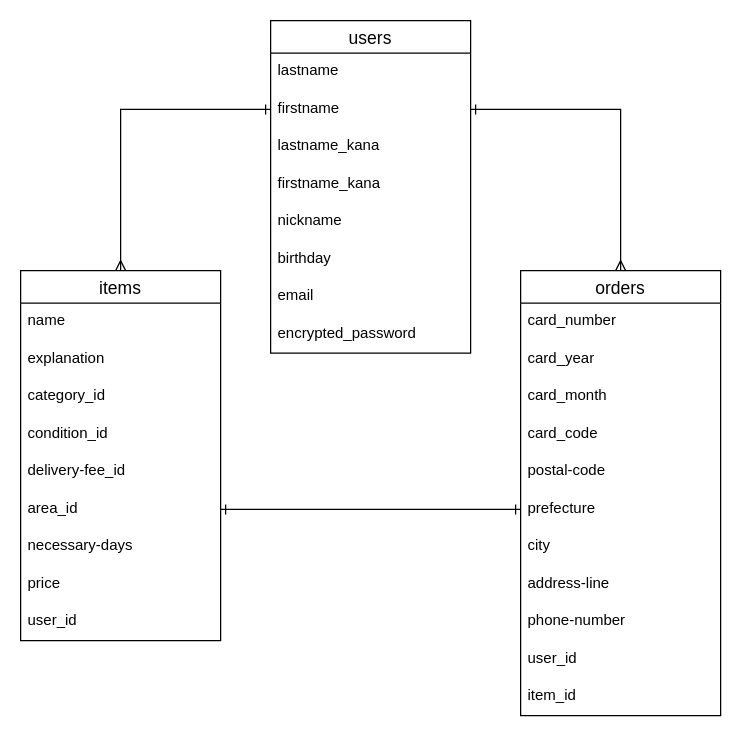
Earlier version of the draw.io diagram ER.dio (masaki511/furima-31545). Source tidied: cells renumbered, new cells numbered last; positions are measured from the earlier drawing's top-left corner, leaving out a move shared by most shapes. Both pictures are drawn from the tidied source at 125%, with x=0, y=0 at pixel (20, 20).
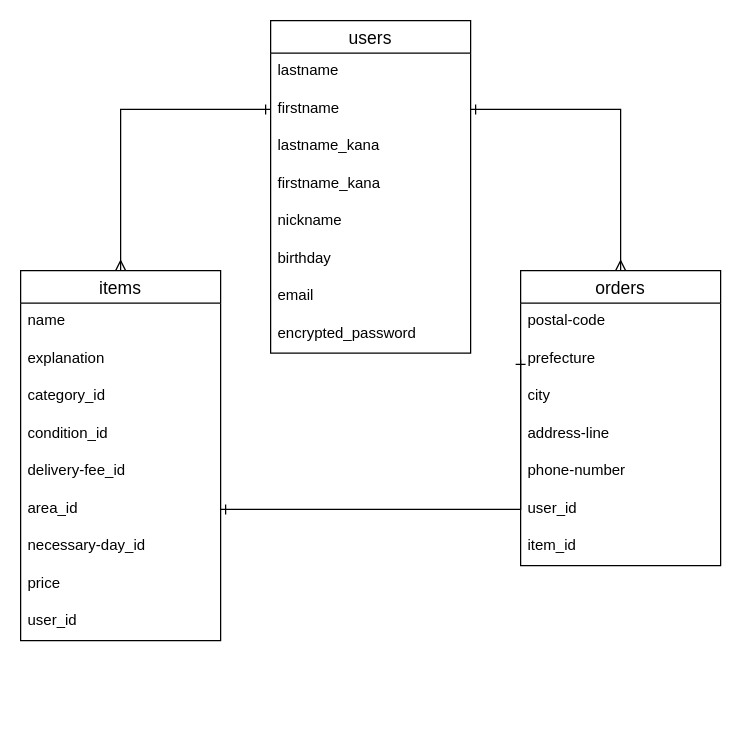
Above is the later version.

Commit message (it also covers changes not shown here):
データベース設計の修正_クレジットカードに関するカラムの削除

The change refers to these unchanged cells:
```xml
<mxCell id="11" value="items" style="swimlane;fontStyle=0;horizontal=1;startSize=26;align=center;fontSize=14;" parent="1" vertex="1">
  <mxGeometry y="200" width="160" height="296" as="geometry" />
</mxCell>
```

Change to the diagram source:
```diff
@@
-    <mxCell id="18" value="necessary-days" style="text;strokeColor=none;fillColor=none;spacingLeft=4;spacingRight=4;overflow=hidden;fontSize=12;" parent="11" vertex="1">
+    <mxCell id="18" value="necessary-day_id" style="text;strokeColor=none;fillColor=none;spacingLeft=4;spacingRight=4;overflow=hidden;fontSize=12;" parent="11" vertex="1">
       <mxGeometry y="206" width="160" height="30" as="geometry" />
     </mxCell>
@@
     <mxCell id="21" value="orders" style="swimlane;fontStyle=0;horizontal=1;startSize=26;align=center;fontSize=14;" parent="1" vertex="1">
-      <mxGeometry x="400" y="200" width="160" height="356" as="geometry" />
+      <mxGeometry x="400" y="200" width="160" height="236" as="geometry" />
     </mxCell>
-    <mxCell id="22" value="card_number" style="text;strokeColor=none;fillColor=none;spacingLeft=4;spacingRight=4;overflow=hidden;fontSize=12;" parent="21" vertex="1">
-      <mxGeometry y="26" width="160" height="30" as="geometry" />
-    </mxCell>
-    <mxCell id="23" value="card_year" style="text;strokeColor=none;fillColor=none;spacingLeft=4;spacingRight=4;overflow=hidden;fontSize=12;" parent="21" vertex="1">
-      <mxGeometry y="56" width="160" height="30" as="geometry" />
-    </mxCell>
-    <mxCell id="24" value="card_month" style="text;strokeColor=none;fillColor=none;spacingLeft=4;spacingRight=4;overflow=hidden;fontSize=12;" parent="21" vertex="1">
-      <mxGeometry y="86" width="160" height="30" as="geometry" />
-    </mxCell>
-    <mxCell id="25" value="card_code" style="text;strokeColor=none;fillColor=none;spacingLeft=4;spacingRight=4;overflow=hidden;fontSize=12;" parent="21" vertex="1">
-      <mxGeometry y="116" width="160" height="30" as="geometry" />
-    </mxCell>
     <mxCell id="26" value="postal-code" style="text;strokeColor=none;fillColor=none;spacingLeft=4;spacingRight=4;overflow=hidden;fontSize=12;" parent="21" vertex="1">
-      <mxGeometry y="146" width="160" height="30" as="geometry" />
+      <mxGeometry y="26" width="160" height="30" as="geometry" />
     </mxCell>
     <mxCell id="27" value="prefecture" style="text;strokeColor=none;fillColor=none;spacingLeft=4;spacingRight=4;overflow=hidden;points=[[0,0.5],[1,0.5]];portConstraint=eastwest;fontSize=12;" parent="21" vertex="1">
-      <mxGeometry y="176" width="160" height="30" as="geometry" />
+      <mxGeometry y="56" width="160" height="30" as="geometry" />
     </mxCell>
     <mxCell id="28" value="city" style="text;strokeColor=none;fillColor=none;spacingLeft=4;spacingRight=4;overflow=hidden;fontSize=12;" parent="21" vertex="1">
-      <mxGeometry y="206" width="160" height="30" as="geometry" />
+      <mxGeometry y="86" width="160" height="30" as="geometry" />
     </mxCell>
     <mxCell id="29" value="address-line" style="text;strokeColor=none;fillColor=none;spacingLeft=4;spacingRight=4;overflow=hidden;fontSize=12;" parent="21" vertex="1">
-      <mxGeometry y="236" width="160" height="30" as="geometry" />
+      <mxGeometry y="116" width="160" height="30" as="geometry" />
     </mxCell>
     <mxCell id="30" value="phone-number" style="text;strokeColor=none;fillColor=none;spacingLeft=4;spacingRight=4;overflow=hidden;fontSize=12;" parent="21" vertex="1">
-      <mxGeometry y="266" width="160" height="30" as="geometry" />
+      <mxGeometry y="146" width="160" height="30" as="geometry" />
     </mxCell>
     <mxCell id="31" value="user_id" style="text;strokeColor=none;fillColor=none;spacingLeft=4;spacingRight=4;overflow=hidden;fontSize=12;" parent="21" vertex="1">
-      <mxGeometry y="296" width="160" height="30" as="geometry" />
+      <mxGeometry y="176" width="160" height="30" as="geometry" />
     </mxCell>
     <mxCell id="32" value="item_id" style="text;strokeColor=none;fillColor=none;spacingLeft=4;spacingRight=4;overflow=hidden;fontSize=12;" parent="21" vertex="1">
-      <mxGeometry y="326" width="160" height="30" as="geometry" />
+      <mxGeometry y="206" width="160" height="30" as="geometry" />
     </mxCell>
```
